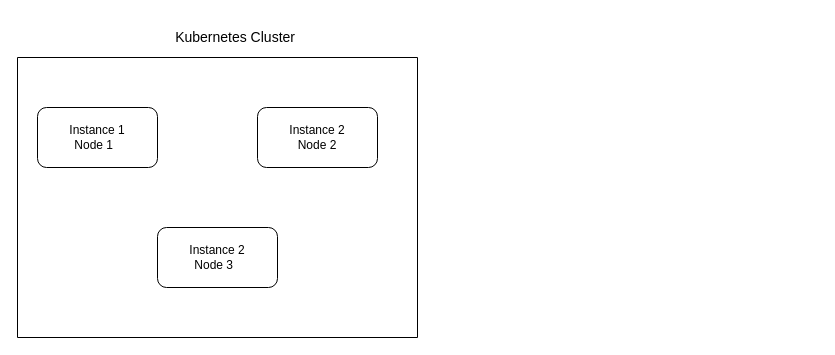
Above: page "k8s cluster deployments" (2 of 2) of MTN-Architectures.drawio in tyger-rareatom/consulting-architectures (draw.io), before the change. Source tidied: cells renumbered, new cells numbered last; positions are measured from the earlier drawing's top-left corner, leaving out a move shared by most shapes. Both pictures are drawn from the tidied source at 100%, with x=0, y=0 at pixel (17, 27).
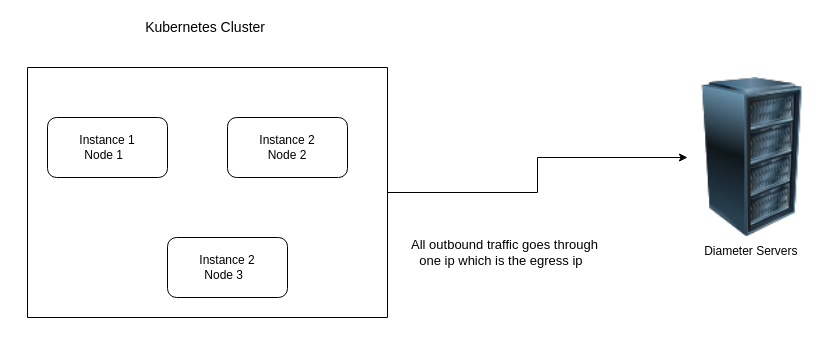
The same page after the edit.

Commit message:
egress ip routing occ system layer

The edit, as a diff of the source:
```diff
@@
 <mxGraphModel>
   <root>
     <mxCell id="0" />
     <mxCell id="1" parent="0" />
+    <mxCell id="7" style="edgeStyle=orthogonalEdgeStyle;rounded=0;jettySize=auto;html=1;" parent="1" edge="1" source="2" target="8">
+      <mxGeometry relative="1" as="geometry" />
+    </mxCell>
     <mxCell id="2" style="swimlane;startSize=0;" parent="1" vertex="1">
-      <mxGeometry y="30" width="400" height="280" as="geometry" />
+      <mxGeometry x="10" y="40" width="360" height="250" as="geometry" />
     </mxCell>
     <mxCell id="3" value="Instance 1&lt;br&gt;Node 1&amp;nbsp;&amp;nbsp;" style="rounded=1;whiteSpace=wrap;html=1;" parent="2" vertex="1">
       <mxGeometry x="20" y="50" width="120" height="60" as="geometry" />
     </mxCell>
     <mxCell id="4" value="Instance 2&lt;br&gt;Node 2" style="rounded=1;whiteSpace=wrap;html=1;" parent="2" vertex="1">
-      <mxGeometry x="240" y="50" width="120" height="60" as="geometry" />
+      <mxGeometry x="200" y="50" width="120" height="60" as="geometry" />
     </mxCell>
     <mxCell id="5" value="Instance 2&lt;br&gt;Node 3&amp;nbsp;&amp;nbsp;" style="rounded=1;whiteSpace=wrap;html=1;" parent="2" vertex="1">
       <mxGeometry x="140" y="170" width="120" height="60" as="geometry" />
     </mxCell>
     <mxCell id="6" value="&lt;font style=&quot;font-size: 14px&quot;&gt;Kubernetes Cluster&amp;nbsp;&lt;/font&gt;" style="text;html=1;strokeColor=none;fillColor=none;align=center;verticalAlign=middle;whiteSpace=wrap;rounded=0;" parent="1" vertex="1">
-      <mxGeometry x="120" width="200" height="20" as="geometry" />
+      <mxGeometry x="90" y="-10" width="200" height="20" as="geometry" />
     </mxCell>
+    <mxCell id="8" value="Diameter Servers&amp;nbsp;" style="image;html=1;image=img/lib/clip_art/computers/Server_Rack_128x128.png;" parent="1" vertex="1">
+      <mxGeometry x="670" y="50" width="130" height="160" as="geometry" />
+    </mxCell>
+    <mxCell id="9" value="All outbound traffic goes through one ip which is the egress ip&amp;nbsp;&amp;nbsp;" style="text;html=1;strokeColor=none;fillColor=none;align=center;verticalAlign=middle;whiteSpace=wrap;rounded=0;fontSize=13;" parent="1" vertex="1">
+      <mxGeometry x="390" y="180" width="195" height="90" as="geometry" />
+    </mxCell>
   </root>
 </mxGraphModel>
```
